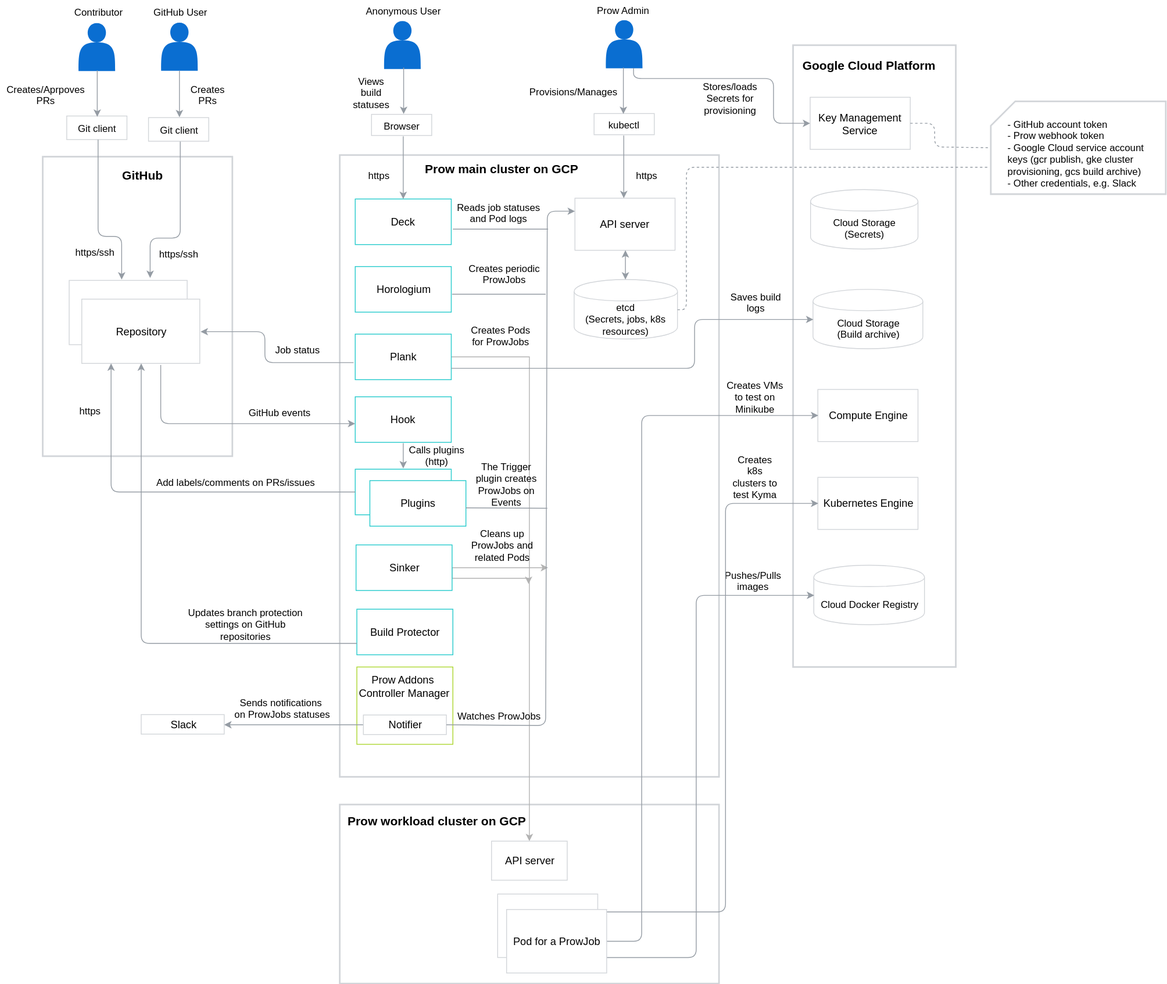
This is docs/prow/assets/prow-architecture.svg from kyma-project/test-infra, a draw.io export, as it was before one commit. Source tidied: cells renumbered, new cells last; positions are measured from the earlier drawing's top-left corner, leaving out a move shared by most shapes.
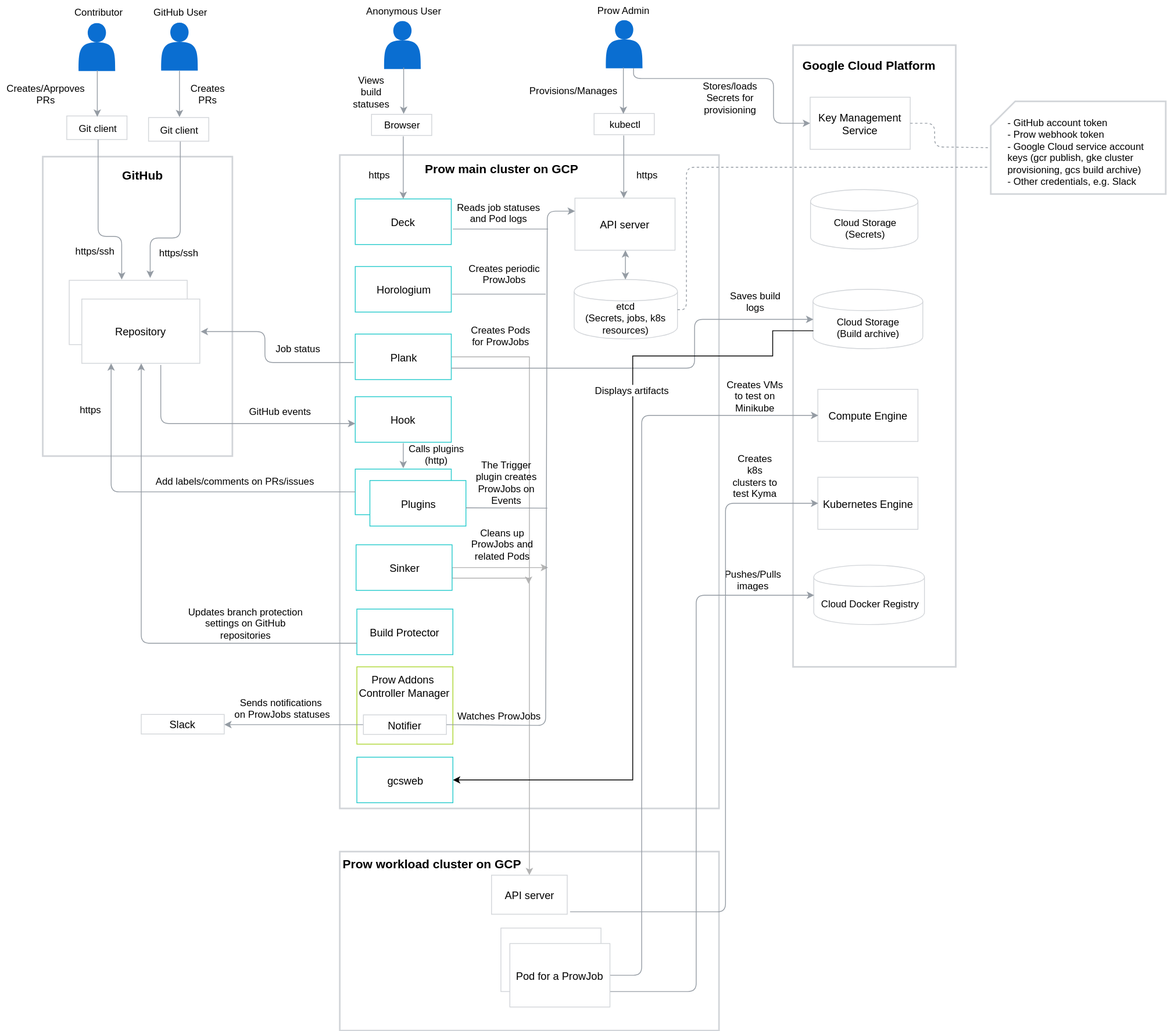
Above is the later version.

Commit message:
update architecture diagram with gcsweb

What changed in the source:
```diff
@@ -3,7 +3,7 @@
     <mxCell id="0" />
     <mxCell id="1" parent="0" />
     <mxCell id="2" style="rounded=0;whiteSpace=wrap;html=1;strokeColor=#D2D5D9;strokeWidth=2;" parent="1" vertex="1">
-      <mxGeometry x="417" y="987" width="466" height="220" as="geometry" />
+      <mxGeometry x="417" y="1045" width="466" height="220" as="geometry" />
     </mxCell>
     <mxCell id="3" style="shape=actor;whiteSpace=wrap;html=1;strokeColor=none;strokeWidth=1;fillColor=#0A6ED1;gradientColor=none;fontFamily=Helvetica;fontSize=12;" parent="1" vertex="1">
       <mxGeometry x="96" y="26.9" width="45" height="59" as="geometry" />
@@ -21,7 +21,7 @@
       <mxGeometry x="52" y="191" width="233" height="368" as="geometry" />
     </mxCell>
     <mxCell id="8" style="rounded=0;whiteSpace=wrap;html=1;strokeColor=#D2D5D9;strokeWidth=2;" parent="1" vertex="1">
-      <mxGeometry x="417" y="189" width="466" height="764" as="geometry" />
+      <mxGeometry x="417" y="189" width="466" height="803" as="geometry" />
     </mxCell>
     <mxCell id="9" style="rounded=0;whiteSpace=wrap;html=1;strokeColor=#D2D5D9;strokeWidth=2;" parent="1" vertex="1">
       <mxGeometry x="974" y="54" width="200" height="764" as="geometry" />
@@ -75,10 +75,11 @@
     <mxCell id="20" value="&lt;font style=&quot;font-size: 13px&quot;&gt;Horologium&lt;/font&gt;" style="rounded=0;whiteSpace=wrap;html=1;strokeColor=#24CACC;strokeWidth=1;" parent="1" vertex="1">
       <mxGeometry x="436" y="326" width="118" height="56" as="geometry" />
     </mxCell>
-    <mxCell id="21" style="edgeStyle=orthogonalEdgeStyle;rounded=0;jettySize=auto;html=1;exitX=1;exitY=0.5;exitDx=0;exitDy=0;entryX=0.5;entryY=0;entryDx=0;entryDy=0;strokeColor=#B3B3B3;" parent="1" edge="1" source="22" target="103">
+    <mxCell id="21" style="edgeStyle=orthogonalEdgeStyle;rounded=0;jettySize=auto;html=1;exitX=1;exitY=0.5;exitDx=0;exitDy=0;strokeColor=#B3B3B3;entryX=0.5;entryY=0;entryDx=0;entryDy=0;" parent="1" edge="1" source="22" target="103">
       <mxGeometry relative="1" as="geometry">
         <Array as="points">
           <mxPoint x="650" y="437" />
+          <mxPoint x="650" y="1074" />
         </Array>
       </mxGeometry>
     </mxCell>
@@ -406,12 +407,12 @@
       <mxGeometry x="285.5" y="849" width="123" height="45" as="geometry" />
     </mxCell>
     <mxCell id="98" value="&lt;b&gt;&lt;font style=&quot;font-size: 15px&quot;&gt;Prow workload cluster on GCP&lt;/font&gt;&lt;/b&gt;" style="text;html=1;" parent="1" vertex="1">
-      <mxGeometry x="425" y="992" width="176" height="28" as="geometry" />
+      <mxGeometry x="419" y="1045" width="176" height="28" as="geometry" />
     </mxCell>
     <mxCell id="99" style="endArrow=classic;html=1;strokeColor=#959CA4;exitX=1;exitY=0.5;entryX=0;entryY=0.5;" parent="1" edge="1" source="102" target="64">
       <mxGeometry relative="1" as="geometry">
         <Array as="points">
-          <mxPoint x="788" y="1155" />
+          <mxPoint x="788" y="1197" />
           <mxPoint x="788" y="509" />
         </Array>
       </mxGeometry>
@@ -419,19 +420,38 @@
     <mxCell id="100" style="endArrow=classic;html=1;strokeColor=#959CA4;exitX=1;exitY=0.75;entryX=0;entryY=0.5;" parent="1" edge="1" source="102" target="66">
       <mxGeometry relative="1" as="geometry">
         <Array as="points">
-          <mxPoint x="855" y="1175" />
+          <mxPoint x="855" y="1217" />
           <mxPoint x="855" y="730" />
         </Array>
       </mxGeometry>
     </mxCell>
     <mxCell id="101" style="rounded=0;whiteSpace=wrap;html=1;strokeColor=#D2D5D9;strokeWidth=1;" parent="1" vertex="1">
-      <mxGeometry x="611" y="1097" width="123" height="78" as="geometry" />
+      <mxGeometry x="615" y="1139" width="123" height="78" as="geometry" />
     </mxCell>
     <mxCell id="102" value="&lt;font style=&quot;font-size: 13px&quot;&gt;Pod for a ProwJob&lt;/font&gt;" style="rounded=0;whiteSpace=wrap;html=1;strokeColor=#D2D5D9;strokeWidth=1;" parent="1" vertex="1">
-      <mxGeometry x="622" y="1116" width="123" height="78" as="geometry" />
+      <mxGeometry x="626" y="1158" width="123" height="78" as="geometry" />
     </mxCell>
     <mxCell id="103" value="&lt;font style=&quot;font-size: 13px&quot;&gt;API server&lt;/font&gt;" style="rounded=0;whiteSpace=wrap;html=1;strokeColor=#D2D5D9;strokeWidth=1;" parent="1" vertex="1">
-      <mxGeometry x="603.5" y="1032" width="93" height="48" as="geometry" />
+      <mxGeometry x="603.5" y="1074" width="93" height="48" as="geometry" />
     </mxCell>
+    <mxCell id="104" style="edgeStyle=orthogonalEdgeStyle;rounded=0;jettySize=auto;html=1;entryX=0;entryY=0.7;entryDx=0;entryDy=0;startArrow=classic;startFill=1;endArrow=none;endFill=0;" parent="1" edge="1" source="107" target="61">
+      <mxGeometry relative="1" as="geometry">
+        <Array as="points">
+          <mxPoint x="777" y="957" />
+          <mxPoint x="777" y="436" />
+          <mxPoint x="949" y="436" />
+          <mxPoint x="949" y="405" />
+        </Array>
+      </mxGeometry>
+    </mxCell>
+    <mxCell id="105" value="&lt;br&gt;&lt;br&gt;" style="text;html=1;align=center;verticalAlign=middle;labelBackgroundColor=#ffffff;" parent="104" vertex="1">
+      <mxGeometry x="0.14" y="4" relative="1" as="geometry" />
+    </mxCell>
+    <mxCell id="106" value="Displays artifacts&lt;br&gt;" style="text;html=1;align=center;verticalAlign=middle;labelBackgroundColor=#ffffff;" parent="104" vertex="1">
+      <mxGeometry x="0.41" y="1" relative="1" as="geometry" />
+    </mxCell>
+    <mxCell id="107" value="&lt;font style=&quot;font-size: 13px&quot;&gt;gcsweb&lt;/font&gt;" style="rounded=0;whiteSpace=wrap;html=1;strokeColor=#24CACC;strokeWidth=1;" parent="1" vertex="1">
+      <mxGeometry x="438" y="929" width="118" height="56" as="geometry" />
+    </mxCell>
   </root>
 </mxGraphModel>
```
